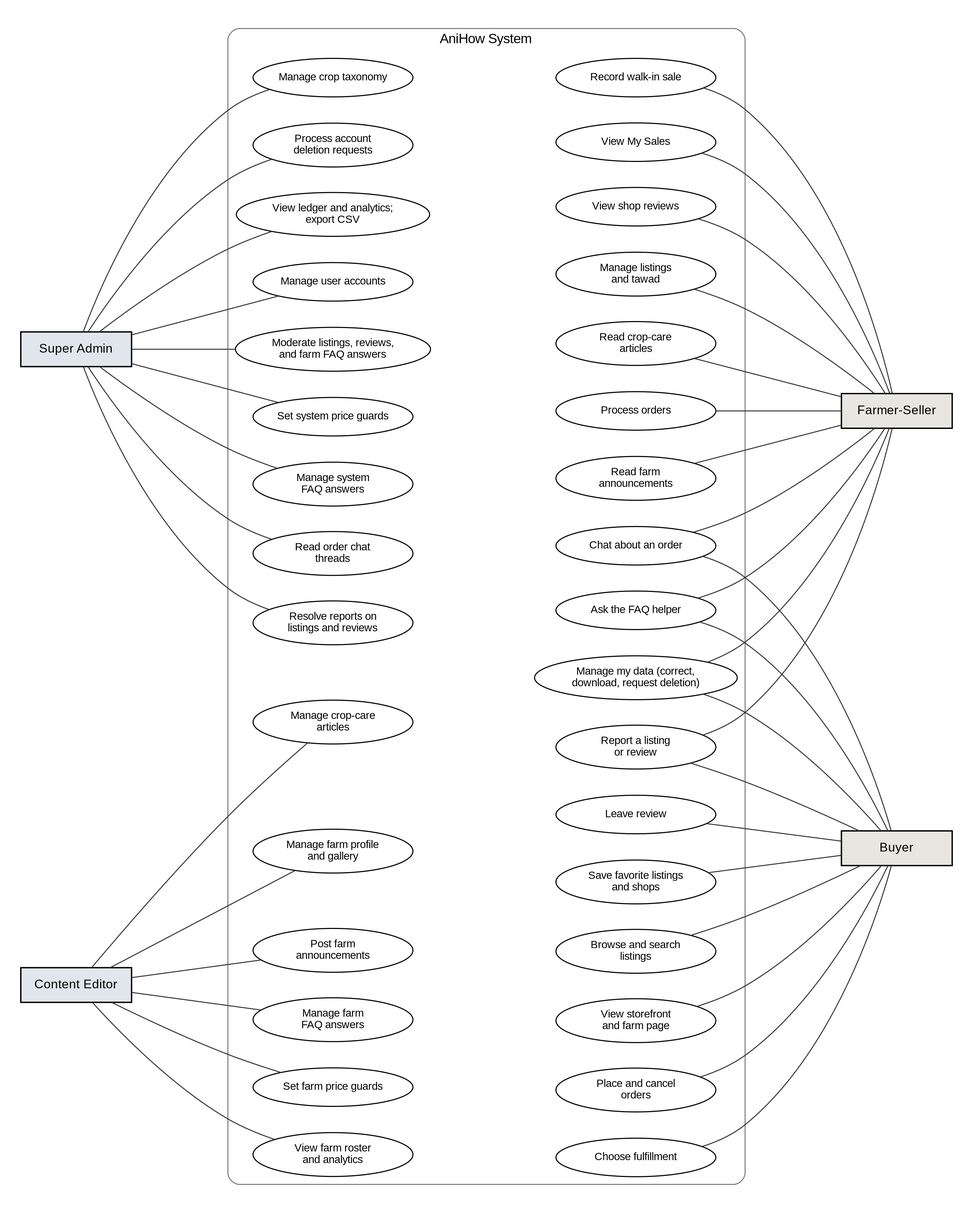
shawncastaneda11-commits/anihow-backend keeps this Graphviz diagram as docs/manuscript/figures/fig5_use_case.png. Above is the earlier version. Its source is kept beside it as docs/manuscript/figures/src/fig5_use_case.dot.
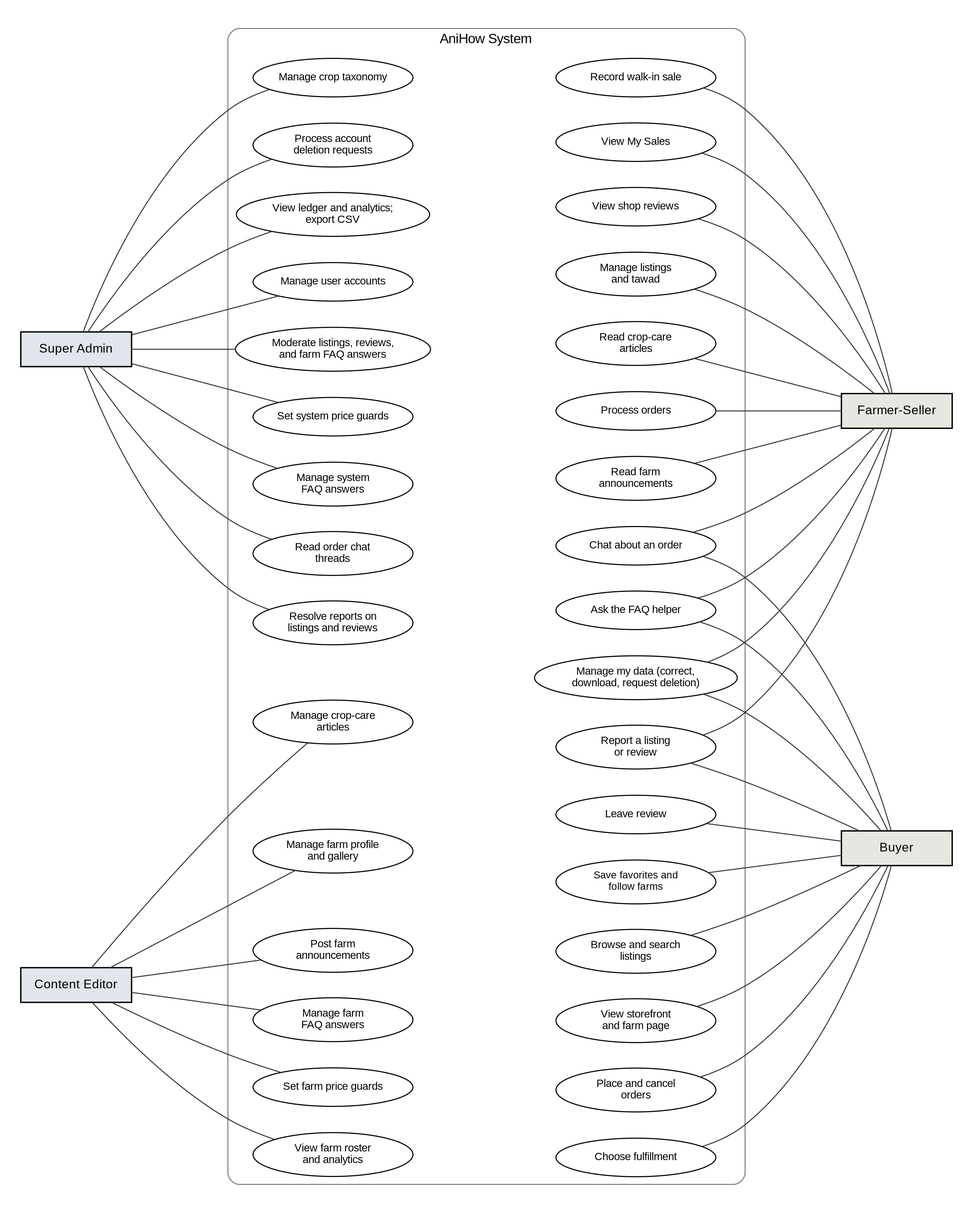
After the commit.

Commit message:
Drop saved listings from the manuscript figures

The edit, as a diff of the source:
```diff
@@ -48,7 +48,7 @@
     by3 [label="Place and cancel\norders"];
     by4 [label="Choose fulfillment"];
     by5 [label="Leave review"];
-    by6 [label="Save favorite listings\nand shops"];
+    by6 [label="Save favorites and\nfollow farms"];
   }
 
   sa -> {sa1 sa2 sa3 sa4 sa5 sa6 sa7 sa8 sa9};
```
